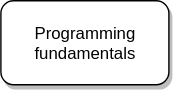
Before: curriculum.svg, a diagram exported from draw.io (yonto123/curriculum). Source tidied: cells renumbered, new cells last; positions are measured from the earlier drawing's top-left corner, leaving out a move shared by most shapes.
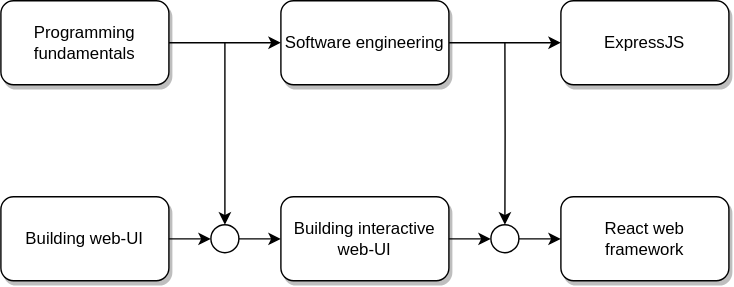
Later version of the same file.

What changed in the source:
```diff
@@ -2,8 +2,58 @@
   <root>
     <mxCell id="0" />
     <mxCell id="1" parent="0" />
+    <mxCell id="3" style="edgeStyle=orthogonalEdgeStyle;rounded=0;jettySize=auto;html=1;" parent="1" edge="1" source="2" target="9">
+      <mxGeometry relative="1" as="geometry" />
+    </mxCell>
-    <mxCell id="2" value="&lt;div&gt;Programming fundamentals&lt;/div&gt;" style="rounded=1;whiteSpace=wrap;html=1;shadow=1;comic=0;glass=0;" parent="1" vertex="1">
+    <mxCell id="2" value="Programming fundamentals" style="rounded=1;whiteSpace=wrap;html=1;shadow=1;" parent="1" vertex="1">
       <mxGeometry width="120" height="60" as="geometry" />
     </mxCell>
+    <mxCell id="4" style="edgeStyle=orthogonalEdgeStyle;rounded=0;jettySize=auto;html=1;" parent="1" edge="1" source="16" target="6">
+      <mxGeometry relative="1" as="geometry" />
+    </mxCell>
+    <mxCell id="5" value="Building web-UI" style="rounded=1;whiteSpace=wrap;html=1;shadow=1;" parent="1" vertex="1">
+      <mxGeometry y="140" width="120" height="60" as="geometry" />
+    </mxCell>
+    <mxCell id="6" value="Building interactive web-UI" style="rounded=1;whiteSpace=wrap;html=1;shadow=1;" parent="1" vertex="1">
+      <mxGeometry x="200" y="140" width="120" height="60" as="geometry" />
+    </mxCell>
+    <mxCell id="7" value="React web framework" style="rounded=1;whiteSpace=wrap;html=1;shadow=1;" parent="1" vertex="1">
+      <mxGeometry x="400" y="140" width="120" height="60" as="geometry" />
+    </mxCell>
+    <mxCell id="8" style="edgeStyle=orthogonalEdgeStyle;rounded=0;jettySize=auto;html=1;" parent="1" edge="1" source="9" target="10">
+      <mxGeometry relative="1" as="geometry" />
+    </mxCell>
+    <mxCell id="9" value="Software engineering" style="rounded=1;whiteSpace=wrap;html=1;shadow=1;" parent="1" vertex="1">
+      <mxGeometry x="200" width="120" height="60" as="geometry" />
+    </mxCell>
+    <mxCell id="10" value="ExpressJS" style="rounded=1;whiteSpace=wrap;html=1;shadow=1;" parent="1" vertex="1">
+      <mxGeometry x="400" width="120" height="60" as="geometry" />
+    </mxCell>
+    <mxCell id="11" style="edgeStyle=orthogonalEdgeStyle;rounded=0;jettySize=auto;html=1;entryX=0.5;entryY=0;entryDx=0;entryDy=0;" parent="1" edge="1" target="14">
+      <mxGeometry relative="1" as="geometry">
+        <mxPoint x="360" y="30" as="sourcePoint" />
+      </mxGeometry>
+    </mxCell>
+    <mxCell id="12" style="edgeStyle=orthogonalEdgeStyle;rounded=0;jettySize=auto;html=1;" parent="1" edge="1" source="14" target="7">
+      <mxGeometry relative="1" as="geometry" />
+    </mxCell>
+    <mxCell id="13" style="edgeStyle=orthogonalEdgeStyle;rounded=0;jettySize=auto;html=1;" parent="1" edge="1" source="6" target="14">
+      <mxGeometry relative="1" as="geometry" />
+    </mxCell>
+    <mxCell id="14" style="ellipse;whiteSpace=wrap;html=1;shadow=0;" parent="1" vertex="1">
+      <mxGeometry x="350" y="160" width="20" height="20" as="geometry" />
+    </mxCell>
+    <mxCell id="15" style="edgeStyle=orthogonalEdgeStyle;rounded=0;orthogonalLoop=1;jettySize=auto;html=1;entryX=0.5;entryY=0;entryDx=0;entryDy=0;" parent="1" edge="1">
+      <mxGeometry relative="1" as="geometry">
+        <mxPoint x="160" y="30" as="sourcePoint" />
+        <mxPoint x="160" y="160" as="targetPoint" />
+      </mxGeometry>
+    </mxCell>
+    <mxCell id="16" style="ellipse;whiteSpace=wrap;html=1;shadow=0;" parent="1" vertex="1">
+      <mxGeometry x="150" y="160" width="20" height="20" as="geometry" />
+    </mxCell>
+    <mxCell id="17" style="edgeStyle=orthogonalEdgeStyle;rounded=0;jettySize=auto;html=1;" parent="1" edge="1" source="5" target="16">
+      <mxGeometry relative="1" as="geometry" />
+    </mxCell>
   </root>
 </mxGraphModel>
```
